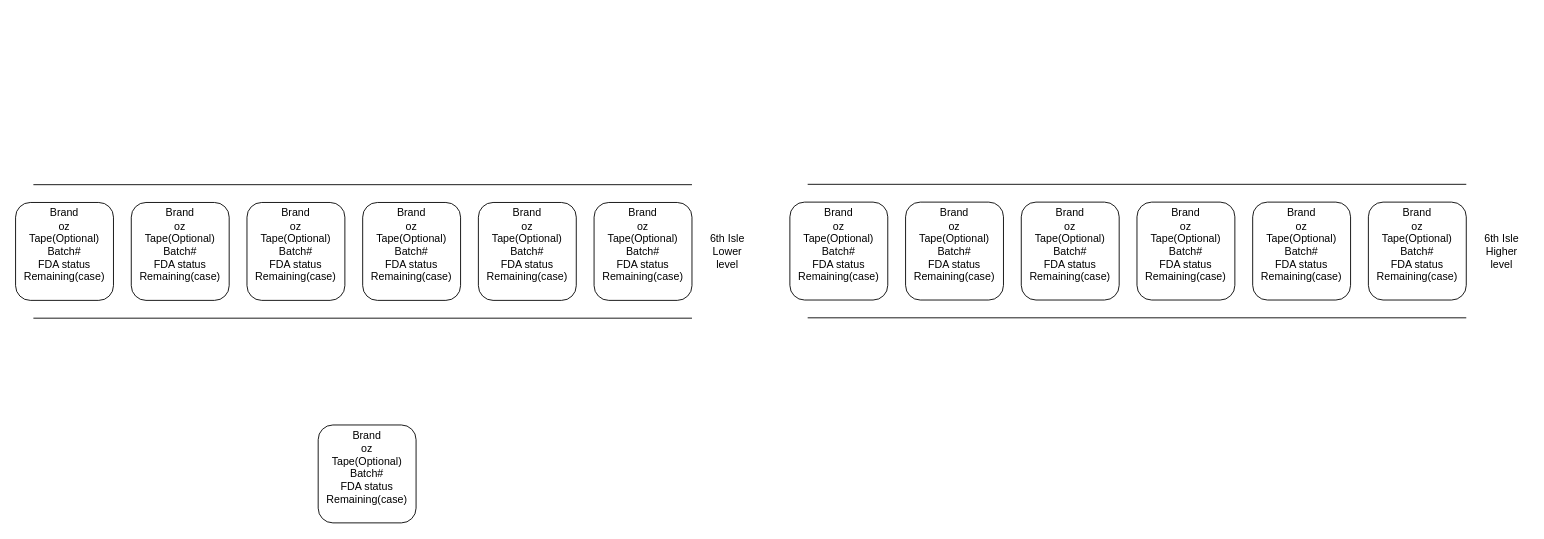
Above: warehouse_layout_tmp/warehouse_layout.drawio in honchingli/Fall2025-Spring2026 (draw.io), before the change. Source tidied: cells renumbered, new cells numbered last; positions are measured from the earlier drawing's top-left corner, leaving out a move shared by most shapes. Both pictures are drawn from the tidied source at 89%, with x=0, y=0 at pixel (15, 184).
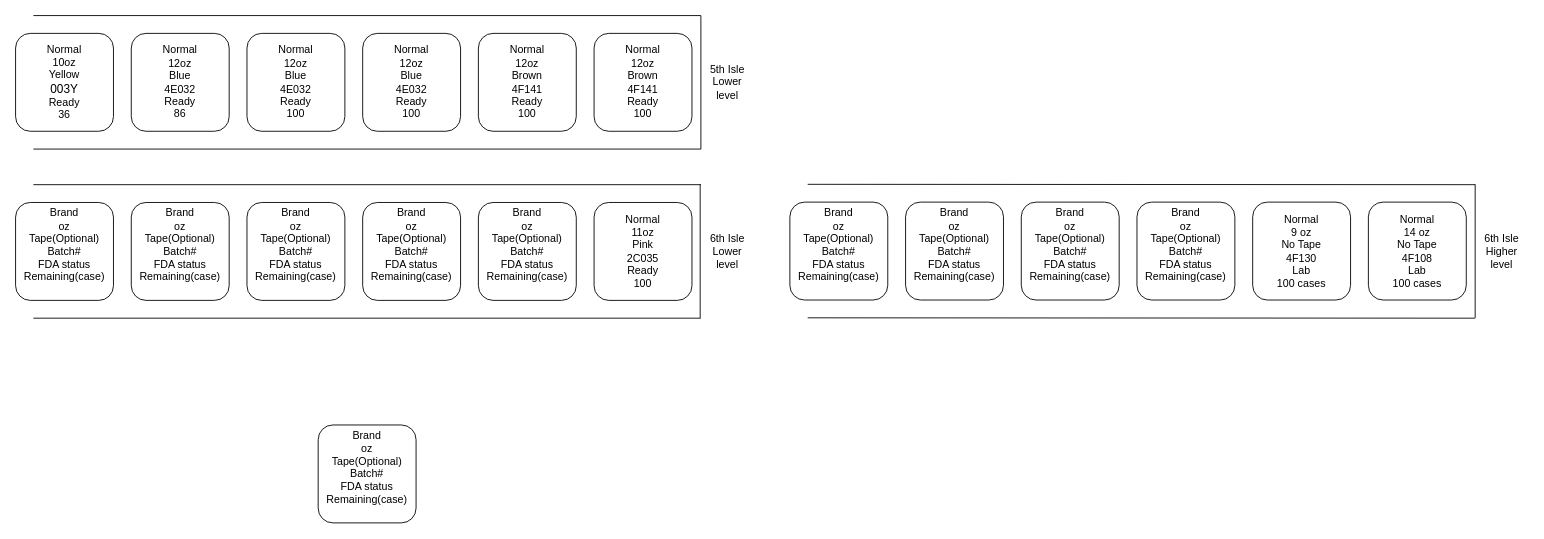
After the change.

What changed in the source:
```diff
@@
     <mxCell id="2" style="endArrow=none;html=1;rounded=0;" parent="1" edge="1">
       <mxGeometry relative="1" as="geometry">
         <mxPoint x="20" as="sourcePoint" />
-        <mxPoint x="760" as="targetPoint" />
+        <mxPoint x="770" as="targetPoint" />
       </mxGeometry>
     </mxCell>
     <mxCell id="3" style="endArrow=none;html=1;rounded=0;" parent="1" edge="1">
       <mxGeometry relative="1" as="geometry">
         <mxPoint x="20" y="150" as="sourcePoint" />
-        <mxPoint x="760" y="150" as="targetPoint" />
+        <mxPoint x="770" y="150" as="targetPoint" />
       </mxGeometry>
     </mxCell>
@@
-    <mxCell id="5" value="Brand&lt;div&gt;oz&lt;/div&gt;&lt;div&gt;Tape(Optional)&lt;/div&gt;&lt;div&gt;Batch#&lt;/div&gt;&lt;div&gt;FDA status&lt;/div&gt;&lt;div&gt;Remaining(case)&lt;/div&gt;&lt;div&gt;&lt;br&gt;&lt;/div&gt;" style="rounded=1;whiteSpace=wrap;html=1;" parent="1" vertex="1">
+    <mxCell id="5" value="Normal&lt;div&gt;11oz&lt;/div&gt;&lt;div&gt;&lt;span style=&quot;background-color: transparent;&quot;&gt;Pink&lt;/span&gt;&lt;/div&gt;&lt;div&gt;&lt;span style=&quot;background-color: transparent; color: light-dark(rgb(0, 0, 0), rgb(255, 255, 255));&quot;&gt;2C035&lt;/span&gt;&lt;/div&gt;&lt;div&gt;&lt;span style=&quot;background-color: transparent; color: light-dark(rgb(0, 0, 0), rgb(255, 255, 255));&quot;&gt;Ready&lt;/span&gt;&lt;/div&gt;&lt;div&gt;100&lt;/div&gt;" style="rounded=1;whiteSpace=wrap;html=1;" parent="1" vertex="1">
       <mxGeometry x="650" y="20" width="110" height="110" as="geometry" />
     </mxCell>
@@
     <mxCell id="12" style="endArrow=none;html=1;rounded=0;" parent="1" edge="1">
       <mxGeometry relative="1" as="geometry">
         <mxPoint x="890" y="-0.4" as="sourcePoint" />
-        <mxPoint x="1630" y="-0.4" as="targetPoint" />
+        <mxPoint x="1640" as="targetPoint" />
       </mxGeometry>
     </mxCell>
     <mxCell id="13" style="endArrow=none;html=1;rounded=0;" parent="1" edge="1">
       <mxGeometry relative="1" as="geometry">
         <mxPoint x="890" y="149.6" as="sourcePoint" />
-        <mxPoint x="1630" y="149.6" as="targetPoint" />
+        <mxPoint x="1640" y="150" as="targetPoint" />
       </mxGeometry>
     </mxCell>
-    <mxCell id="14" value="Brand&lt;div&gt;oz&lt;/div&gt;&lt;div&gt;Tape(Optional)&lt;/div&gt;&lt;div&gt;Batch#&lt;/div&gt;&lt;div&gt;FDA status&lt;/div&gt;&lt;div&gt;Remaining(case)&lt;/div&gt;&lt;div&gt;&lt;br&gt;&lt;/div&gt;" style="rounded=1;whiteSpace=wrap;html=1;" parent="1" vertex="1">
+    <mxCell id="14" value="Normal&lt;div&gt;&lt;div&gt;14 oz&lt;/div&gt;&lt;div&gt;&lt;span style=&quot;background-color: transparent;&quot;&gt;No Tape&lt;/span&gt;&lt;/div&gt;&lt;div&gt;&lt;span style=&quot;background-color: transparent; color: light-dark(rgb(0, 0, 0), rgb(255, 255, 255));&quot;&gt;4F108&lt;/span&gt;&lt;/div&gt;&lt;div&gt;&lt;span style=&quot;background-color: transparent; color: light-dark(rgb(0, 0, 0), rgb(255, 255, 255));&quot;&gt;Lab&lt;/span&gt;&lt;/div&gt;&lt;div&gt;100 cases&lt;/div&gt;&lt;/div&gt;" style="rounded=1;whiteSpace=wrap;html=1;" parent="1" vertex="1">
       <mxGeometry x="1520" y="19.6" width="110" height="110" as="geometry" />
     </mxCell>
-    <mxCell id="15" value="Brand&lt;div&gt;oz&lt;/div&gt;&lt;div&gt;Tape(Optional)&lt;/div&gt;&lt;div&gt;Batch#&lt;/div&gt;&lt;div&gt;FDA status&lt;/div&gt;&lt;div&gt;Remaining(case)&lt;/div&gt;&lt;div&gt;&lt;br&gt;&lt;/div&gt;" style="rounded=1;whiteSpace=wrap;html=1;" parent="1" vertex="1">
+    <mxCell id="15" value="&lt;div&gt;Normal&lt;/div&gt;&lt;div&gt;9 oz&lt;/div&gt;&lt;div&gt;&lt;span style=&quot;background-color: transparent;&quot;&gt;No Tape&lt;/span&gt;&lt;/div&gt;&lt;div&gt;&lt;span style=&quot;background-color: transparent;&quot;&gt;4F130&lt;/span&gt;&lt;/div&gt;&lt;div&gt;&lt;span style=&quot;background-color: transparent; color: light-dark(rgb(0, 0, 0), rgb(255, 255, 255));&quot;&gt;Lab&lt;/span&gt;&lt;/div&gt;&lt;div&gt;100 cases&lt;/div&gt;" style="rounded=1;whiteSpace=wrap;html=1;" parent="1" vertex="1">
       <mxGeometry x="1390" y="19.6" width="110" height="110" as="geometry" />
     </mxCell>
@@
+    <mxCell id="21" style="endArrow=none;html=1;rounded=0;" parent="1" edge="1">
+      <mxGeometry relative="1" as="geometry">
+        <mxPoint x="20" y="-190" as="sourcePoint" />
+        <mxPoint x="770" y="-190" as="targetPoint" />
+      </mxGeometry>
+    </mxCell>
+    <mxCell id="22" style="endArrow=none;html=1;rounded=0;" parent="1" edge="1">
+      <mxGeometry relative="1" as="geometry">
+        <mxPoint x="20" y="-40" as="sourcePoint" />
+        <mxPoint x="770" y="-40" as="targetPoint" />
+      </mxGeometry>
+    </mxCell>
+    <mxCell id="23" value="&lt;div&gt;Normal&lt;/div&gt;&lt;div&gt;12oz&lt;/div&gt;&lt;div&gt;&lt;span style=&quot;background-color: transparent; color: light-dark(rgb(0, 0, 0), rgb(255, 255, 255));&quot;&gt;Blue&lt;/span&gt;&lt;/div&gt;&lt;div&gt;&lt;span style=&quot;background-color: transparent;&quot;&gt;4E032&lt;/span&gt;&lt;/div&gt;&lt;div&gt;&lt;span style=&quot;background-color: transparent; color: light-dark(rgb(0, 0, 0), rgb(255, 255, 255));&quot;&gt;Ready&lt;/span&gt;&lt;/div&gt;&lt;div&gt;100&lt;/div&gt;" style="rounded=1;whiteSpace=wrap;html=1;" parent="1" vertex="1">
+      <mxGeometry x="390" y="-170" width="110" height="110" as="geometry" />
+    </mxCell>
+    <mxCell id="24" value="&lt;div&gt;Normal&lt;/div&gt;&lt;div&gt;10oz&lt;/div&gt;&lt;div&gt;&lt;span style=&quot;background-color: transparent; color: light-dark(rgb(0, 0, 0), rgb(255, 255, 255));&quot;&gt;Yellow&lt;/span&gt;&lt;/div&gt;&lt;div&gt;&lt;span style=&quot;font-family: Arial; font-size: 10pt; text-align: start; background-color: transparent; color: light-dark(rgb(0, 0, 0), rgb(255, 255, 255));&quot;&gt;003Y&lt;/span&gt;&lt;/div&gt;&lt;div&gt;&lt;span style=&quot;background-color: transparent; color: light-dark(rgb(0, 0, 0), rgb(255, 255, 255));&quot;&gt;Ready&lt;/span&gt;&lt;/div&gt;&lt;div&gt;36&lt;/div&gt;" style="rounded=1;whiteSpace=wrap;html=1;" parent="1" vertex="1">
+      <mxGeometry y="-170" width="110" height="110" as="geometry" />
+    </mxCell>
+    <mxCell id="25" value="5th Isle&lt;div&gt;Lower level&lt;/div&gt;" style="text;html=1;whiteSpace=wrap;strokeColor=none;fillColor=none;align=center;verticalAlign=middle;rounded=0;" parent="1" vertex="1">
+      <mxGeometry x="770" y="-130" width="60" height="30" as="geometry" />
+    </mxCell>
+    <mxCell id="26" value="Normal&lt;div&gt;12oz&lt;/div&gt;&lt;div&gt;&lt;span style=&quot;background-color: transparent; color: light-dark(rgb(0, 0, 0), rgb(255, 255, 255));&quot;&gt;Brown&lt;/span&gt;&lt;/div&gt;&lt;div&gt;&lt;span style=&quot;background-color: transparent; color: light-dark(rgb(0, 0, 0), rgb(255, 255, 255));&quot;&gt;4F141&lt;/span&gt;&lt;/div&gt;&lt;div&gt;&lt;span style=&quot;background-color: transparent; color: light-dark(rgb(0, 0, 0), rgb(255, 255, 255));&quot;&gt;Ready&lt;/span&gt;&lt;/div&gt;&lt;div&gt;100&lt;/div&gt;" style="rounded=1;whiteSpace=wrap;html=1;" parent="1" vertex="1">
+      <mxGeometry x="520" y="-170" width="110" height="110" as="geometry" />
+    </mxCell>
+    <mxCell id="27" value="Normal&lt;div&gt;12oz&lt;/div&gt;&lt;div&gt;&lt;span style=&quot;background-color: transparent; color: light-dark(rgb(0, 0, 0), rgb(255, 255, 255));&quot;&gt;Brown&lt;/span&gt;&lt;/div&gt;&lt;div&gt;&lt;span style=&quot;background-color: transparent; color: light-dark(rgb(0, 0, 0), rgb(255, 255, 255));&quot;&gt;4F141&lt;/span&gt;&lt;/div&gt;&lt;div&gt;&lt;span style=&quot;background-color: transparent; color: light-dark(rgb(0, 0, 0), rgb(255, 255, 255));&quot;&gt;Ready&lt;/span&gt;&lt;/div&gt;&lt;div&gt;100&lt;/div&gt;" style="rounded=1;whiteSpace=wrap;html=1;" parent="1" vertex="1">
+      <mxGeometry x="650" y="-170" width="110" height="110" as="geometry" />
+    </mxCell>
+    <mxCell id="28" style="endArrow=none;html=1;rounded=0;" parent="1" edge="1">
+      <mxGeometry relative="1" as="geometry">
+        <mxPoint x="770" y="-40" as="sourcePoint" />
+        <mxPoint x="770" y="-190" as="targetPoint" />
+      </mxGeometry>
+    </mxCell>
+    <mxCell id="29" style="endArrow=none;html=1;rounded=0;" parent="1" edge="1">
+      <mxGeometry relative="1" as="geometry">
+        <mxPoint x="769.2" y="149.6" as="sourcePoint" />
+        <mxPoint x="769.2" y="-0.4" as="targetPoint" />
+      </mxGeometry>
+    </mxCell>
+    <mxCell id="30" style="endArrow=none;html=1;rounded=0;" parent="1" edge="1">
+      <mxGeometry relative="1" as="geometry">
+        <mxPoint x="1640" y="149.6" as="sourcePoint" />
+        <mxPoint x="1640" y="-0.4" as="targetPoint" />
+      </mxGeometry>
+    </mxCell>
+    <mxCell id="31" value="&lt;div&gt;Normal&lt;/div&gt;&lt;div&gt;12oz&lt;/div&gt;&lt;div&gt;&lt;span style=&quot;background-color: transparent; color: light-dark(rgb(0, 0, 0), rgb(255, 255, 255));&quot;&gt;Blue&lt;/span&gt;&lt;/div&gt;&lt;div&gt;&lt;span style=&quot;background-color: transparent;&quot;&gt;4E032&lt;/span&gt;&lt;/div&gt;&lt;div&gt;&lt;span style=&quot;background-color: transparent; color: light-dark(rgb(0, 0, 0), rgb(255, 255, 255));&quot;&gt;Ready&lt;/span&gt;&lt;/div&gt;&lt;div&gt;100&lt;/div&gt;" style="rounded=1;whiteSpace=wrap;html=1;" parent="1" vertex="1">
+      <mxGeometry x="260" y="-170" width="110" height="110" as="geometry" />
+    </mxCell>
+    <mxCell id="32" value="&lt;div&gt;Normal&lt;/div&gt;&lt;div&gt;12oz&lt;/div&gt;&lt;div&gt;&lt;span style=&quot;background-color: transparent; color: light-dark(rgb(0, 0, 0), rgb(255, 255, 255));&quot;&gt;Blue&lt;/span&gt;&lt;/div&gt;&lt;div&gt;&lt;span style=&quot;background-color: transparent;&quot;&gt;4E032&lt;/span&gt;&lt;/div&gt;&lt;div&gt;&lt;span style=&quot;background-color: transparent; color: light-dark(rgb(0, 0, 0), rgb(255, 255, 255));&quot;&gt;Ready&lt;/span&gt;&lt;/div&gt;&lt;div&gt;86&lt;/div&gt;" style="rounded=1;whiteSpace=wrap;html=1;" parent="1" vertex="1">
+      <mxGeometry x="130" y="-170" width="110" height="110" as="geometry" />
+    </mxCell>
```
